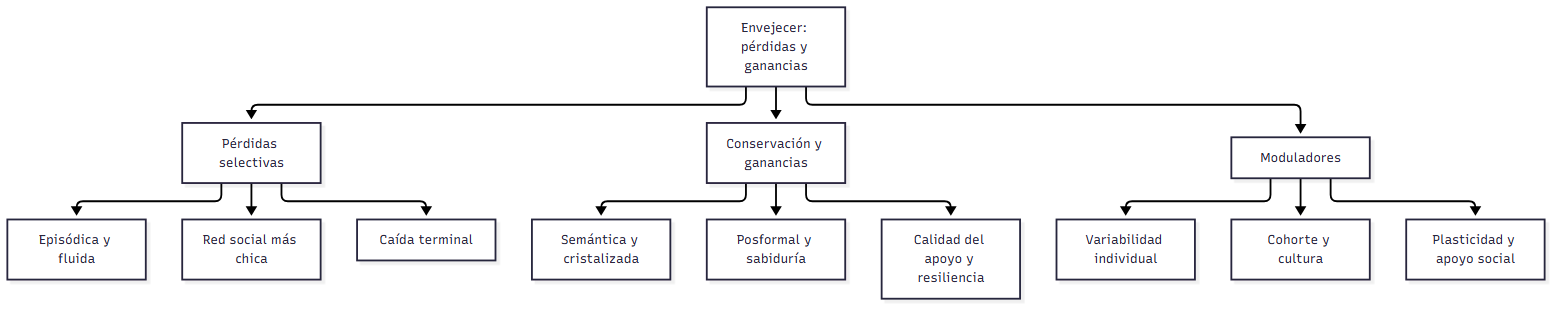
Earlier version of the Mermaid export 2do Año/Psicología Evolutiva/3_Guias_de_Estudio/_media/Transversal_PerdidasYGanancias_01.png (Franco4447/psicologia-favaloro). Its source is kept beside it as 2do Año/Psicología Evolutiva/3_Guias_de_Estudio/_media/Transversal_PerdidasYGanancias_01.mmd. Its diagram source:
```mermaid
graph TD
    E[Envejecer: pérdidas y ganancias] --> P[Pérdidas selectivas]
    E --> G[Conservación y ganancias]
    E --> M[Moduladores]
    P --> P1[Episódica y fluida]
    P --> P2[Red social más chica]
    P --> P3[Caída terminal]
    G --> G1[Semántica y cristalizada]
    G --> G2[Posformal y sabiduría]
    G --> G3[Calidad del apoyo y resiliencia]
    M --> M1[Variabilidad individual]
    M --> M2[Cohorte y cultura]
    M --> M3[Plasticidad y apoyo social]
```
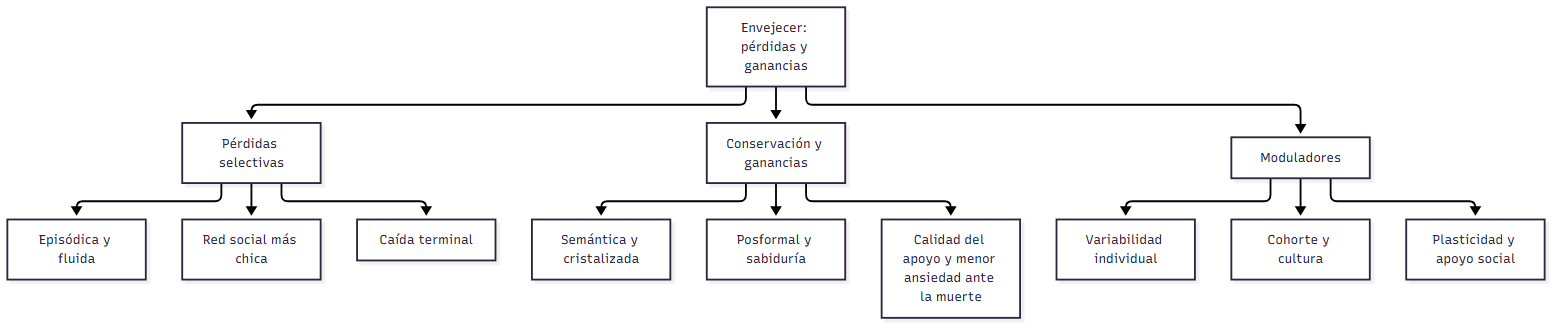
After the change.

What changed in the source:
```diff
@@ -7,7 +7,7 @@
     P --> P3[Caída terminal]
     G --> G1[Semántica y cristalizada]
     G --> G2[Posformal y sabiduría]
-    G --> G3[Calidad del apoyo y resiliencia]
+    G --> G3[Calidad del apoyo y menor ansiedad ante la muerte]
     M --> M1[Variabilidad individual]
     M --> M2[Cohorte y cultura]
     M --> M3[Plasticidad y apoyo social]
```
